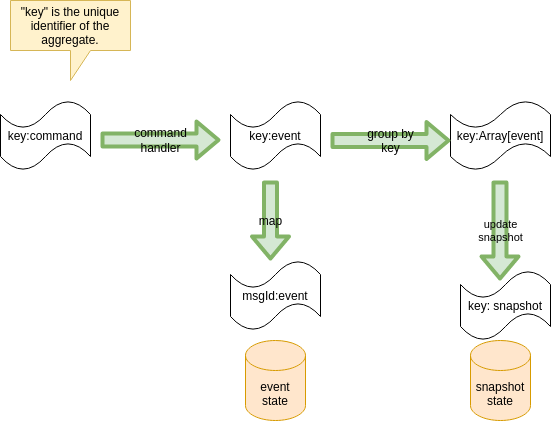
Above: docs/event-sourcing-topology.drawio.png in davideicardi/es4kafka (draw.io), before the change. Source tidied: cells renumbered, new cells last; positions are measured from the earlier drawing's top-left corner, leaving out a move shared by most shapes.
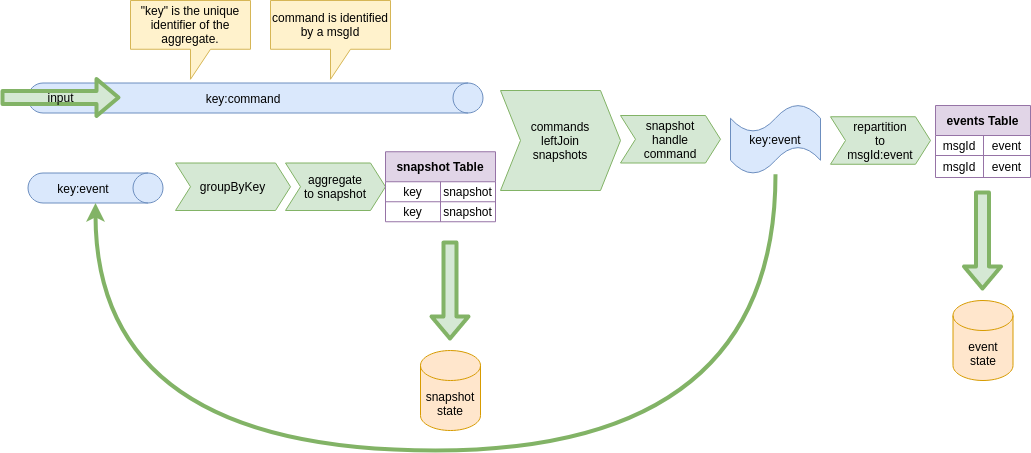
After the commit.

What changed in the source:
```diff
@@ -2,53 +2,109 @@
   <root>
     <mxCell id="0" />
     <mxCell id="1" parent="0" />
-    <mxCell id="2" value="key:command" style="shape=tape;whiteSpace=wrap;html=1;" parent="1" vertex="1">
-      <mxGeometry y="100" width="90" height="70" as="geometry" />
-    </mxCell>
     <mxCell id="3" value="&quot;key&quot; is the unique identifier of the aggregate." style="shape=callout;whiteSpace=wrap;html=1;perimeter=calloutPerimeter;fillColor=#fff2cc;strokeColor=#d6b656;" parent="1" vertex="1">
-      <mxGeometry x="10" width="120" height="80" as="geometry" />
+      <mxGeometry x="140" y="30" width="120" height="78.8" as="geometry" />
     </mxCell>
-    <mxCell id="4" value="key:event" style="shape=tape;whiteSpace=wrap;html=1;" parent="1" vertex="1">
-      <mxGeometry x="230" y="100" width="90" height="70" as="geometry" />
-    </mxCell>
-    <mxCell id="5" value="key:Array[event]" style="shape=tape;whiteSpace=wrap;html=1;" parent="1" vertex="1">
-      <mxGeometry x="450" y="100" width="100" height="70" as="geometry" />
-    </mxCell>
-    <mxCell id="6" value="&lt;span style=&quot;font-size: 12px;&quot;&gt;command&lt;/span&gt;&lt;br style=&quot;font-size: 12px;&quot;&gt;&lt;span style=&quot;font-size: 12px;&quot;&gt;handler&lt;/span&gt;" style="shape=flexArrow;endArrow=classic;html=1;strokeColor=#82b366;strokeWidth=4;fillColor=#d5e8d4;labelPosition=center;verticalLabelPosition=middle;align=center;verticalAlign=middle;labelBackgroundColor=none;" parent="1" edge="1">
-      <mxGeometry relative="1" as="geometry">
-        <mxPoint x="100" y="139.5" as="sourcePoint" />
-        <mxPoint x="220" y="139.5" as="targetPoint" />
-      </mxGeometry>
-    </mxCell>
-    <mxCell id="7" value="&lt;span style=&quot;font-size: 12px&quot;&gt;group by&lt;br&gt;key&lt;br&gt;&lt;/span&gt;" style="shape=flexArrow;endArrow=classic;html=1;strokeColor=#82b366;strokeWidth=4;fillColor=#d5e8d4;labelPosition=center;verticalLabelPosition=middle;align=center;verticalAlign=middle;labelBackgroundColor=none;" parent="1" edge="1">
-      <mxGeometry relative="1" as="geometry">
-        <mxPoint x="330" y="140" as="sourcePoint" />
-        <mxPoint x="450" y="140" as="targetPoint" />
-      </mxGeometry>
-    </mxCell>
     <mxCell id="8" value="snapshot state" style="shape=cylinder3;whiteSpace=wrap;html=1;boundedLbl=1;backgroundOutline=1;size=15;fillColor=#ffe6cc;strokeColor=#d79b00;" parent="1" vertex="1">
-      <mxGeometry x="470" y="340" width="60" height="80" as="geometry" />
+      <mxGeometry x="430" y="380" width="60" height="80" as="geometry" />
     </mxCell>
-    <mxCell id="9" value="update&lt;br&gt;snapshot" style="shape=flexArrow;endArrow=classic;html=1;strokeColor=#82b366;strokeWidth=4;fillColor=#d5e8d4;labelPosition=center;verticalLabelPosition=middle;align=center;verticalAlign=middle;labelBackgroundColor=none;" parent="1" edge="1">
+    <mxCell id="9" style="shape=flexArrow;endArrow=classic;html=1;strokeColor=#82b366;strokeWidth=4;fillColor=#d5e8d4;labelPosition=center;verticalLabelPosition=middle;align=center;verticalAlign=middle;labelBackgroundColor=none;" parent="1" edge="1">
       <mxGeometry relative="1" as="geometry">
-        <mxPoint x="499.5" y="180" as="sourcePoint" />
-        <mxPoint x="499.5" y="280" as="targetPoint" />
+        <mxPoint x="459.5" y="270" as="sourcePoint" />
+        <mxPoint x="459.5" y="370" as="targetPoint" />
       </mxGeometry>
     </mxCell>
-    <mxCell id="10" value="&lt;span style=&quot;font-size: 12px&quot;&gt;map&lt;/span&gt;" style="shape=flexArrow;endArrow=classic;html=1;strokeColor=#82b366;strokeWidth=4;fillColor=#d5e8d4;labelPosition=center;verticalLabelPosition=middle;align=center;verticalAlign=middle;labelBackgroundColor=none;" parent="1" edge="1">
-      <mxGeometry relative="1" as="geometry">
-        <mxPoint x="270" y="180" as="sourcePoint" />
-        <mxPoint x="270" y="260" as="targetPoint" />
-      </mxGeometry>
-    </mxCell>
-    <mxCell id="11" value="msgId:event" style="shape=tape;whiteSpace=wrap;html=1;" parent="1" vertex="1">
-      <mxGeometry x="230" y="260" width="90" height="70" as="geometry" />
-    </mxCell>
     <mxCell id="12" value="event&lt;br&gt;state" style="shape=cylinder3;whiteSpace=wrap;html=1;boundedLbl=1;backgroundOutline=1;size=15;fillColor=#ffe6cc;strokeColor=#d79b00;" parent="1" vertex="1">
-      <mxGeometry x="245" y="340" width="60" height="80" as="geometry" />
+      <mxGeometry x="962.5" y="330" width="60" height="80" as="geometry" />
     </mxCell>
-    <mxCell id="13" value="key: snapshot" style="shape=tape;whiteSpace=wrap;html=1;" parent="1" vertex="1">
-      <mxGeometry x="460" y="270" width="90" height="70" as="geometry" />
-    </mxCell>
+    <mxCell id="2" value="key:command" style="shape=cylinder3;whiteSpace=wrap;html=1;boundedLbl=1;backgroundOutline=1;size=15;rotation=90;horizontal=0;fillColor=#dae8fc;strokeColor=#6c8ebf;" parent="1" vertex="1">
+      <mxGeometry x="250" y="-100" width="30" height="455" as="geometry" />
+    </mxCell>
+    <mxCell id="14" value="key:event" style="shape=cylinder3;whiteSpace=wrap;html=1;boundedLbl=1;backgroundOutline=1;size=15;rotation=90;horizontal=0;fillColor=#dae8fc;strokeColor=#6c8ebf;" parent="1" vertex="1">
+      <mxGeometry x="90" y="150" width="30" height="135" as="geometry" />
+    </mxCell>
+    <mxCell id="15" value="groupByKey" style="shape=step;perimeter=stepPerimeter;whiteSpace=wrap;html=1;fixedSize=1;size=15;fillColor=#d5e8d4;strokeColor=#82b366;" parent="1" vertex="1">
+      <mxGeometry x="185" y="192.5" width="115" height="47.5" as="geometry" />
+    </mxCell>
+    <mxCell id="16" value="aggregate&lt;br&gt;to snapshot" style="shape=step;perimeter=stepPerimeter;whiteSpace=wrap;html=1;fixedSize=1;size=15;fillColor=#d5e8d4;strokeColor=#82b366;" parent="1" vertex="1">
+      <mxGeometry x="295" y="192.5" width="100" height="47.5" as="geometry" />
+    </mxCell>
+    <mxCell id="17" value="commands&lt;br&gt;leftJoin&lt;br&gt;snapshots" style="shape=step;perimeter=stepPerimeter;whiteSpace=wrap;html=1;fixedSize=1;fillColor=#d5e8d4;strokeColor=#82b366;" parent="1" vertex="1">
+      <mxGeometry x="510" y="120" width="120" height="100" as="geometry" />
+    </mxCell>
+    <mxCell id="18" style="edgeStyle=orthogonalEdgeStyle;rounded=0;jettySize=auto;html=1;curved=1;fillColor=#d5e8d4;strokeColor=#82b366;strokeWidth=4;" parent="1" edge="1" source="19" target="14">
+      <mxGeometry relative="1" as="geometry">
+        <Array as="points">
+          <mxPoint x="785" y="480" />
+          <mxPoint x="105" y="480" />
+        </Array>
+      </mxGeometry>
+    </mxCell>
+    <mxCell id="19" value="key:event" style="shape=tape;whiteSpace=wrap;html=1;fillColor=#dae8fc;strokeColor=#6c8ebf;" parent="1" vertex="1">
+      <mxGeometry x="740" y="133.8" width="90" height="70" as="geometry" />
+    </mxCell>
+    <mxCell id="20" value="snapshot&lt;br&gt;handle&lt;br&gt;command" style="shape=step;perimeter=stepPerimeter;whiteSpace=wrap;html=1;fixedSize=1;size=15;fillColor=#d5e8d4;strokeColor=#82b366;" parent="1" vertex="1">
+      <mxGeometry x="630" y="145" width="100" height="47.5" as="geometry" />
+    </mxCell>
+    <mxCell id="21" value="repartition&lt;br&gt;to&lt;br&gt;msgId:event" style="shape=step;perimeter=stepPerimeter;whiteSpace=wrap;html=1;fixedSize=1;size=15;fillColor=#d5e8d4;strokeColor=#82b366;" parent="1" vertex="1">
+      <mxGeometry x="840" y="146.2" width="100" height="47.5" as="geometry" />
+    </mxCell>
+    <mxCell id="22" value="events Table" style="shape=table;html=1;whiteSpace=wrap;startSize=30;fontStyle=1;align=center;fillColor=#e1d5e7;strokeColor=#9673a6;" parent="1" vertex="1">
+      <mxGeometry x="945" y="135" width="95" height="72" as="geometry" />
+    </mxCell>
+    <mxCell id="23" style="shape=partialRectangle;html=1;whiteSpace=wrap;fillColor=none;top=0;left=0;bottom=0;right=0;" parent="22" vertex="1">
+      <mxGeometry y="30" width="95" height="20" as="geometry" />
+    </mxCell>
+    <mxCell id="24" value="msgId" style="shape=partialRectangle;html=1;whiteSpace=wrap;fillColor=none;top=0;left=0;bottom=0;right=0;overflow=hidden;" parent="23" vertex="1">
+      <mxGeometry width="48" height="20" as="geometry" />
+    </mxCell>
+    <mxCell id="25" value="event" style="shape=partialRectangle;html=1;whiteSpace=wrap;fillColor=none;top=0;left=0;bottom=0;right=0;overflow=hidden;" parent="23" vertex="1">
+      <mxGeometry x="48" width="47" height="20" as="geometry" />
+    </mxCell>
+    <mxCell id="26" style="shape=partialRectangle;html=1;whiteSpace=wrap;fillColor=none;top=0;left=0;bottom=0;right=0;" parent="22" vertex="1">
+      <mxGeometry y="50" width="95" height="22" as="geometry" />
+    </mxCell>
+    <mxCell id="27" value="msgId" style="shape=partialRectangle;html=1;whiteSpace=wrap;fillColor=none;top=0;left=0;bottom=0;right=0;overflow=hidden;" parent="26" vertex="1">
+      <mxGeometry width="48" height="22" as="geometry" />
+    </mxCell>
+    <mxCell id="28" value="event" style="shape=partialRectangle;html=1;whiteSpace=wrap;fillColor=none;top=0;left=0;bottom=0;right=0;overflow=hidden;" parent="26" vertex="1">
+      <mxGeometry x="48" width="47" height="22" as="geometry" />
+    </mxCell>
+    <mxCell id="29" value="command is identified by a msgId" style="shape=callout;whiteSpace=wrap;html=1;perimeter=calloutPerimeter;fillColor=#fff2cc;strokeColor=#d6b656;" parent="1" vertex="1">
+      <mxGeometry x="280" y="30" width="120" height="78.8" as="geometry" />
+    </mxCell>
+    <mxCell id="30" value="snapshot Table" style="shape=table;html=1;whiteSpace=wrap;startSize=30;fontStyle=1;align=center;fillColor=#e1d5e7;strokeColor=#9673a6;" parent="1" vertex="1">
+      <mxGeometry x="395" y="181.2" width="110" height="70" as="geometry" />
+    </mxCell>
+    <mxCell id="31" style="shape=partialRectangle;html=1;whiteSpace=wrap;fillColor=none;top=0;left=0;bottom=0;right=0;" parent="30" vertex="1">
+      <mxGeometry y="30" width="110" height="20" as="geometry" />
+    </mxCell>
+    <mxCell id="32" value="key" style="shape=partialRectangle;html=1;whiteSpace=wrap;fillColor=none;top=0;left=0;bottom=0;right=0;overflow=hidden;" parent="31" vertex="1">
+      <mxGeometry width="55" height="20" as="geometry" />
+    </mxCell>
+    <mxCell id="33" value="snapshot" style="shape=partialRectangle;html=1;whiteSpace=wrap;fillColor=none;top=0;left=0;bottom=0;right=0;overflow=hidden;" parent="31" vertex="1">
+      <mxGeometry x="55" width="55" height="20" as="geometry" />
+    </mxCell>
+    <mxCell id="34" style="shape=partialRectangle;html=1;whiteSpace=wrap;fillColor=none;top=0;left=0;bottom=0;right=0;" parent="30" vertex="1">
+      <mxGeometry y="50" width="110" height="20" as="geometry" />
+    </mxCell>
+    <mxCell id="35" value="key" style="shape=partialRectangle;html=1;whiteSpace=wrap;fillColor=none;top=0;left=0;bottom=0;right=0;overflow=hidden;" parent="34" vertex="1">
+      <mxGeometry width="55" height="20" as="geometry" />
+    </mxCell>
+    <mxCell id="36" value="snapshot" style="shape=partialRectangle;html=1;whiteSpace=wrap;fillColor=none;top=0;left=0;bottom=0;right=0;overflow=hidden;" parent="34" vertex="1">
+      <mxGeometry x="55" width="55" height="20" as="geometry" />
+    </mxCell>
+    <mxCell id="37" style="shape=flexArrow;endArrow=classic;html=1;strokeColor=#82b366;strokeWidth=4;fillColor=#d5e8d4;labelPosition=center;verticalLabelPosition=middle;align=center;verticalAlign=middle;labelBackgroundColor=none;" parent="1" edge="1">
+      <mxGeometry relative="1" as="geometry">
+        <mxPoint x="992" y="220" as="sourcePoint" />
+        <mxPoint x="992" y="320" as="targetPoint" />
+      </mxGeometry>
+    </mxCell>
+    <mxCell id="6" value="&lt;span style=&quot;font-size: 12px&quot;&gt;input&lt;/span&gt;" style="shape=flexArrow;endArrow=classic;html=1;strokeColor=#82b366;strokeWidth=4;fillColor=#d5e8d4;labelPosition=center;verticalLabelPosition=middle;align=center;verticalAlign=middle;labelBackgroundColor=none;" parent="1" edge="1">
+      <mxGeometry relative="1" as="geometry">
+        <mxPoint x="10" y="127" as="sourcePoint" />
+        <mxPoint x="130" y="127" as="targetPoint" />
+      </mxGeometry>
+    </mxCell>
   </root>
 </mxGraphModel>
```
